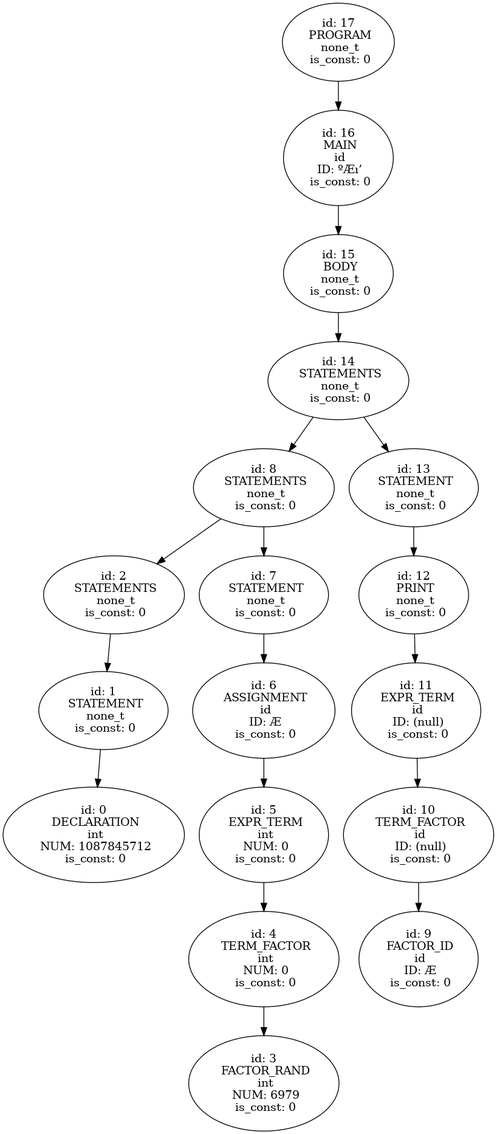
Before: study_project/ast.png, a diagram exported from Graphviz (Finn-Artmann/Styx). Its source is kept beside it as study_project/ast.gv.
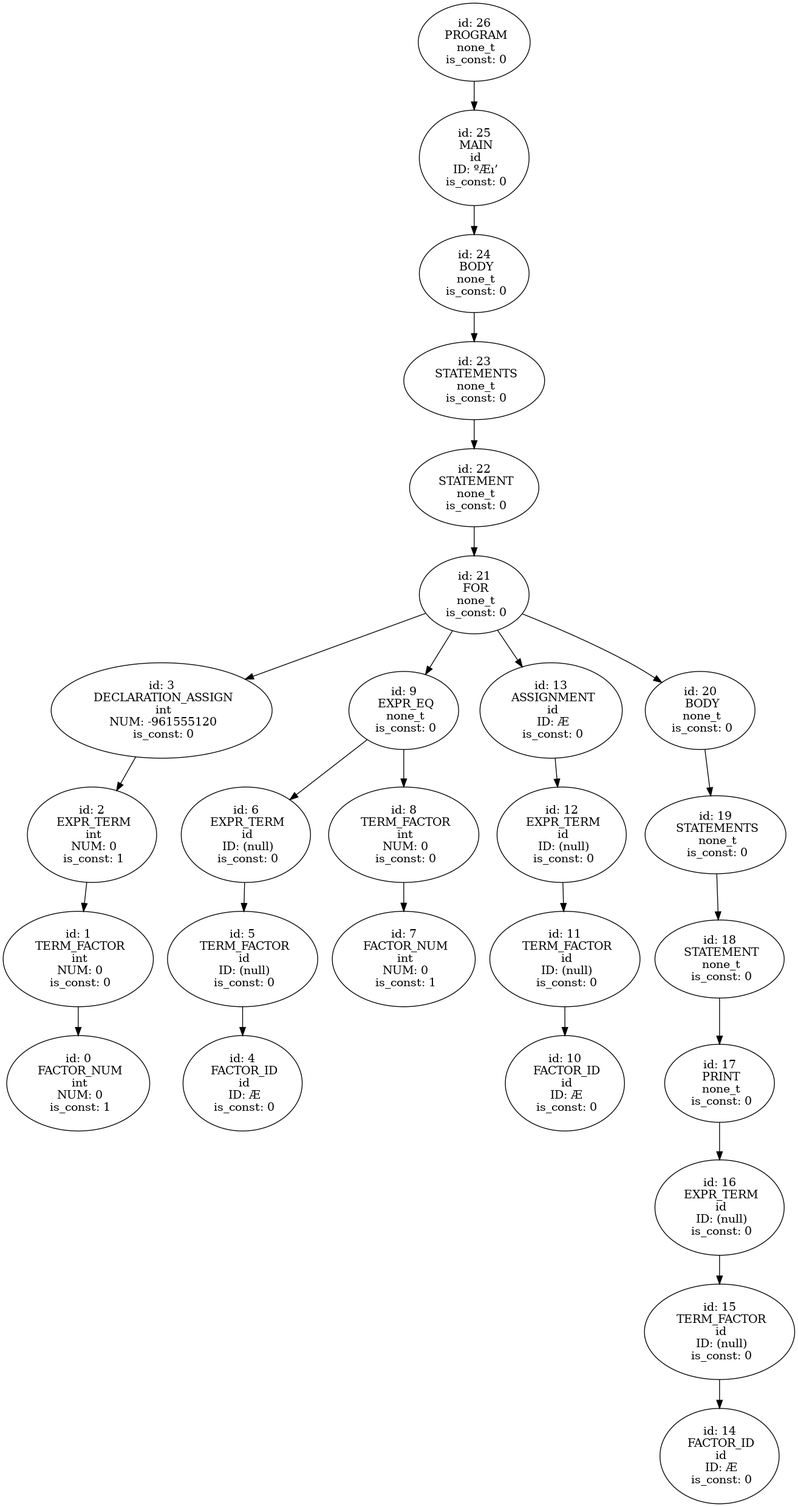
After the commit.

Change to the diagram source:
```diff
@@ -1,98 +1,253 @@
 digraph ast {
-n17 [label="id: 17
+n44 [label="id: 44
  PROGRAM
  none_t
  is_const: 0"];
-n17 -> n16;
-n16 [label="id: 16
+n44 -> n43;
+n43 [label="id: 43
  MAIN
  id
  ID: ºÆı’
  is_const: 0"];
+n43 -> n42;
+n42 [label="id: 42
+ BODY
+ none_t
+ is_const: 0"];
+n42 -> n41;
+n41 [label="id: 41
+ STATEMENTS
+ none_t
+ is_const: 0"];
+n41 -> n17;
+n17 [label="id: 17
+ STATEMENTS
+ none_t
+ is_const: 0"];
+n17 -> n11;
+n11 [label="id: 11
+ STATEMENTS
+ none_t
+ is_const: 0"];
+n11 -> n5;
+n5 [label="id: 5
+ STATEMENTS
+ none_t
+ is_const: 0"];
+n5 -> n4;
+n4 [label="id: 4
+ STATEMENT
+ none_t
+ is_const: 0"];
+n4 -> n3;
+n3 [label="id: 3
+ DECLARATION_ASSIGN
+ string
+ STR: Ħ
+ is_const: 0"];
+n3 -> n2;
+n2 [label="id: 2
+ EXPR_TERM
+ string
+ STR: (null)
+ is_const: 1"];
+n2 -> n1;
+n1 [label="id: 1
+ TERM_FACTOR
+ string
+ STR: (null)
+ is_const: 0"];
+n1 -> n0;
+n0 [label="id: 0
+ FACTOR_STRING
+ string
+ STR: hello
+ is_const: 1"];
+n11 -> n10;
+n10 [label="id: 10
+ STATEMENT
+ none_t
+ is_const: 0"];
+n10 -> n9;
+n9 [label="id: 9
+ ASSIGNMENT
+ id
+ ID: Ħ
+ is_const: 0"];
+n9 -> n8;
+n8 [label="id: 8
+ EXPR_TERM
+ id
+ ID: (null)
+ is_const: 0"];
+n8 -> n7;
+n7 [label="id: 7
+ TERM_FACTOR
+ id
+ ID: (null)
+ is_const: 0"];
+n7 -> n6;
+n6 [label="id: 6
+ FACTOR_ID
+ id
+ ID: Ħ
+ is_const: 0"];
+n17 -> n16;
+n16 [label="id: 16
+ STATEMENT
+ none_t
+ is_const: 0"];
 n16 -> n15;
 n15 [label="id: 15
- BODY
+ PRINT
  none_t
  is_const: 0"];
 n15 -> n14;
 n14 [label="id: 14
- STATEMENTS
- none_t
- is_const: 0"];
-n14 -> n8;
-n8 [label="id: 8
- STATEMENTS
- none_t
- is_const: 0"];
-n8 -> n2;
-n2 [label="id: 2
- STATEMENTS
- none_t
- is_const: 0"];
-n2 -> n1;
-n1 [label="id: 1
- STATEMENT
- none_t
- is_const: 0"];
-n1 -> n0;
-n0 [label="id: 0
- DECLARATION
- int
- NUM: 1087845712
- is_const: 0"];
-n8 -> n7;
-n7 [label="id: 7
- STATEMENT
- none_t
- is_const: 0"];
-n7 -> n6;
-n6 [label="id: 6
- ASSIGNMENT
- id
- ID: Æ
- is_const: 0"];
-n6 -> n5;
-n5 [label="id: 5
- EXPR_TERM
- int
- NUM: 0
- is_const: 0"];
-n5 -> n4;
-n4 [label="id: 4
- TERM_FACTOR
- int
- NUM: 0
- is_const: 0"];
-n4 -> n3;
-n3 [label="id: 3
- FACTOR_RAND
- int
- NUM: 6979
- is_const: 0"];
-n14 -> n13;
-n13 [label="id: 13
- STATEMENT
- none_t
- is_const: 0"];
-n13 -> n12;
-n12 [label="id: 12
- PRINT
- none_t
- is_const: 0"];
-n12 -> n11;
-n11 [label="id: 11
  EXPR_TERM
  id
  ID: (null)
  is_const: 0"];
-n11 -> n10;
-n10 [label="id: 10
+n14 -> n13;
+n13 [label="id: 13
  TERM_FACTOR
  id
  ID: (null)
  is_const: 0"];
-n10 -> n9;
-n9 [label="id: 9
+n13 -> n12;
+n12 [label="id: 12
+ FACTOR_ID
+ id
+ ID: Ħ
+ is_const: 0"];
+n41 -> n40;
+n40 [label="id: 40
+ STATEMENT
+ none_t
+ is_const: 0"];
+n40 -> n39;
+n39 [label="id: 39
+ FOR
+ none_t
+ is_const: 0"];
+n39 -> n21;
+n21 [label="id: 21
+ DECLARATION_ASSIGN
+ string
+ STR: Æ
+ is_const: 0"];
+n21 -> n20;
+n20 [label="id: 20
+ EXPR_TERM
+ string
+ STR: (null)
+ is_const: 1"];
+n20 -> n19;
+n19 [label="id: 19
+ TERM_FACTOR
+ string
+ STR: (null)
+ is_const: 0"];
+n19 -> n18;
+n18 [label="id: 18
+ FACTOR_STRING
+ string
+ STR: test
+ is_const: 1"];
+n39 -> n27;
+n27 [label="id: 27
+ EXPR_EQ
+ int
+ NUM: 0
+ is_const: 0"];
+n27 -> n24;
+n24 [label="id: 24
+ EXPR_TERM
+ id
+ ID: (null)
+ is_const: 0"];
+n24 -> n23;
+n23 [label="id: 23
+ TERM_FACTOR
+ id
+ ID: (null)
+ is_const: 0"];
+n23 -> n22;
+n22 [label="id: 22
+ FACTOR_ID
+ id
+ ID: Æ
+ is_const: 0"];
+n27 -> n26;
+n26 [label="id: 26
+ TERM_FACTOR
+ string
+ STR: (null)
+ is_const: 0"];
+n26 -> n25;
+n25 [label="id: 25
+ FACTOR_STRING
+ string
+ STR: tet
+ is_const: 1"];
+n39 -> n31;
+n31 [label="id: 31
+ ASSIGNMENT
+ id
+ ID: Ħ
+ is_const: 0"];
+n31 -> n30;
+n30 [label="id: 30
+ EXPR_TERM
+ id
+ ID: (null)
+ is_const: 0"];
+n30 -> n29;
+n29 [label="id: 29
+ TERM_FACTOR
+ id
+ ID: (null)
+ is_const: 0"];
+n29 -> n28;
+n28 [label="id: 28
+ FACTOR_ID
+ id
+ ID: Æ
+ is_const: 0"];
+n39 -> n38;
+n38 [label="id: 38
+ BODY
+ none_t
+ is_const: 0"];
+n38 -> n37;
+n37 [label="id: 37
+ STATEMENTS
+ none_t
+ is_const: 0"];
+n37 -> n36;
+n36 [label="id: 36
+ STATEMENT
+ none_t
+ is_const: 0"];
+n36 -> n35;
+n35 [label="id: 35
+ PRINT
+ none_t
+ is_const: 0"];
+n35 -> n34;
+n34 [label="id: 34
+ EXPR_TERM
+ id
+ ID: (null)
+ is_const: 0"];
+n34 -> n33;
+n33 [label="id: 33
+ TERM_FACTOR
+ id
+ ID: (null)
+ is_const: 0"];
+n33 -> n32;
+n32 [label="id: 32
  FACTOR_ID
  id
  ID: Æ
```
